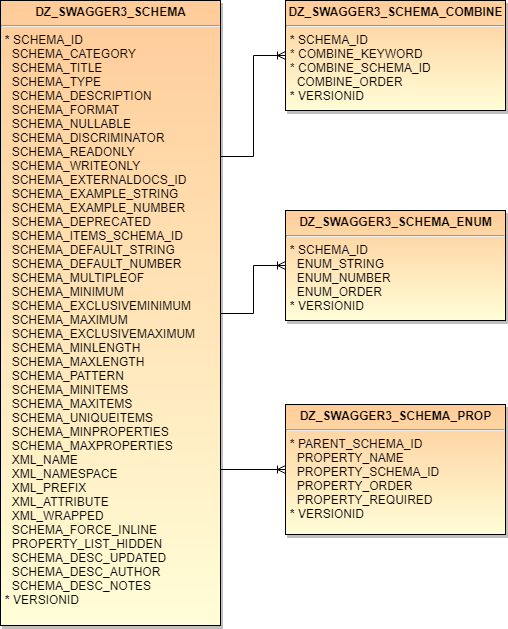
Before: Doc/ERD3.png, a diagram exported from draw.io (pauldzy/DZ_SWAGGER3). Source tidied: cells renumbered, new cells last; positions are measured from the earlier drawing's top-left corner, leaving out a move shared by most shapes.
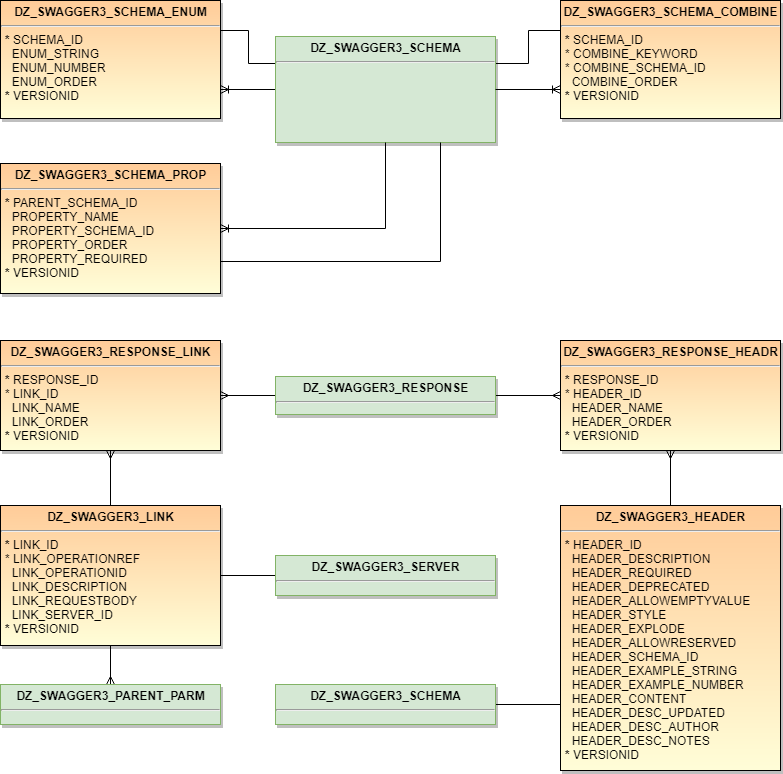
Above is the later version.

What changed in the source:
```diff
@@ -2,26 +2,80 @@
   <root>
     <mxCell id="0" />
     <mxCell id="1" parent="0" />
-    <mxCell id="2" style="edgeStyle=orthogonalEdgeStyle;rounded=0;html=1;exitX=1;exitY=0.5;startArrow=none;startFill=0;endArrow=ERoneToMany;endFill=0;jettySize=auto;" parent="1" edge="1" source="3" target="6">
+    <mxCell id="2" style="edgeStyle=orthogonalEdgeStyle;rounded=0;html=1;exitX=0;exitY=0.5;startArrow=none;startFill=0;endArrow=ERoneToMany;endFill=0;jettySize=auto;exitDx=0;exitDy=0;entryX=1;entryY=0.75;entryDx=0;entryDy=0;" parent="1" edge="1" source="3" target="6">
       <mxGeometry relative="1" as="geometry" />
     </mxCell>
+    <mxCell id="9" style="edgeStyle=orthogonalEdgeStyle;rounded=0;jettySize=auto;html=1;exitX=1;exitY=0.25;exitDx=0;exitDy=0;entryX=0;entryY=0.25;entryDx=0;entryDy=0;endArrow=none;endFill=0;" parent="1" edge="1" source="3" target="5">
+      <mxGeometry relative="1" as="geometry" />
+    </mxCell>
+    <mxCell id="10" style="edgeStyle=orthogonalEdgeStyle;rounded=0;jettySize=auto;html=1;exitX=0;exitY=0.25;exitDx=0;exitDy=0;entryX=1;entryY=0.25;entryDx=0;entryDy=0;endArrow=none;endFill=0;" parent="1" edge="1" source="3" target="6">
+      <mxGeometry relative="1" as="geometry" />
+    </mxCell>
-    <mxCell id="3" value="&lt;p style=&quot;margin: 0px ; margin-top: 4px ; text-align: center&quot;&gt;&lt;strong&gt;DZ_SWAGGER3_SCHEMA&lt;/strong&gt;&lt;/p&gt;&lt;hr&gt;&lt;p style=&quot;margin: 0px ; margin-left: 4px&quot;&gt;&lt;b&gt;*&lt;/b&gt;&amp;nbsp;&lt;span&gt;SCHEMA_ID&lt;/span&gt;&lt;/p&gt;&lt;p style=&quot;margin: 0px ; margin-left: 4px&quot;&gt;&lt;span&gt;&amp;nbsp; SCHEMA_CATEGORY&lt;/span&gt;&lt;/p&gt;&lt;p style=&quot;margin: 0px ; margin-left: 4px&quot;&gt;&lt;span&gt;&amp;nbsp; SCHEMA_TITLE&lt;/span&gt;&lt;/p&gt;&lt;p style=&quot;margin: 0px ; margin-left: 4px&quot;&gt;&lt;span&gt;&amp;nbsp; SCHEMA_TYPE&lt;/span&gt;&lt;/p&gt;&lt;p style=&quot;margin: 0px ; margin-left: 4px&quot;&gt;&lt;span&gt;&amp;nbsp; SCHEMA_DESCRIPTION&lt;/span&gt;&lt;/p&gt;&lt;p style=&quot;margin: 0px ; margin-left: 4px&quot;&gt;&lt;span&gt;&amp;nbsp; SCHEMA_FORMAT&lt;/span&gt;&lt;/p&gt;&lt;p style=&quot;margin: 0px ; margin-left: 4px&quot;&gt;&lt;span&gt;&amp;nbsp; SCHEMA_NULLABLE&lt;/span&gt;&lt;/p&gt;&lt;p style=&quot;margin: 0px ; margin-left: 4px&quot;&gt;&lt;span&gt;&amp;nbsp; SCHEMA_DISCRIMINATOR&lt;/span&gt;&lt;/p&gt;&lt;p style=&quot;margin: 0px ; margin-left: 4px&quot;&gt;&lt;span&gt;&amp;nbsp; SCHEMA_READONLY&lt;/span&gt;&lt;/p&gt;&lt;p style=&quot;margin: 0px ; margin-left: 4px&quot;&gt;&lt;span&gt;&amp;nbsp; SCHEMA_WRITEONLY&lt;/span&gt;&lt;/p&gt;&lt;p style=&quot;margin: 0px ; margin-left: 4px&quot;&gt;&lt;span&gt;&amp;nbsp; SCHEMA_EXTERNALDOCS_ID&lt;/span&gt;&lt;/p&gt;&lt;p style=&quot;margin: 0px ; margin-left: 4px&quot;&gt;&lt;span&gt;&amp;nbsp; SCHEMA_EXAMPLE_STRING&lt;/span&gt;&lt;/p&gt;&lt;p style=&quot;margin: 0px ; margin-left: 4px&quot;&gt;&lt;span&gt;&amp;nbsp; SCHEMA_EXAMPLE_NUMBER&lt;/span&gt;&lt;/p&gt;&lt;p style=&quot;margin: 0px ; margin-left: 4px&quot;&gt;&lt;span&gt;&amp;nbsp; SCHEMA_DEPRECATED&lt;/span&gt;&lt;/p&gt;&lt;p style=&quot;margin: 0px ; margin-left: 4px&quot;&gt;&lt;span&gt;&amp;nbsp; SCHEMA_ITEMS_SCHEMA_ID&lt;/span&gt;&lt;/p&gt;&lt;p style=&quot;margin: 0px ; margin-left: 4px&quot;&gt;&lt;span&gt;&amp;nbsp; SCHEMA_DEFAULT_STRING&lt;/span&gt;&lt;/p&gt;&lt;p style=&quot;margin: 0px ; margin-left: 4px&quot;&gt;&lt;span&gt;&amp;nbsp; SCHEMA_DEFAULT_NUMBER&lt;/span&gt;&lt;/p&gt;&lt;p style=&quot;margin: 0px ; margin-left: 4px&quot;&gt;&lt;span&gt;&amp;nbsp; SCHEMA_MULTIPLEOF&lt;/span&gt;&lt;/p&gt;&lt;p style=&quot;margin: 0px ; margin-left: 4px&quot;&gt;&lt;span&gt;&amp;nbsp; SCHEMA_MINIMUM&lt;/span&gt;&lt;/p&gt;&lt;p style=&quot;margin: 0px ; margin-left: 4px&quot;&gt;&lt;span&gt;&amp;nbsp; SCHEMA_EXCLUSIVEMINIMUM&lt;/span&gt;&lt;/p&gt;&lt;p style=&quot;margin: 0px ; margin-left: 4px&quot;&gt;&lt;span&gt;&amp;nbsp; SCHEMA_MAXIMUM&lt;/span&gt;&lt;/p&gt;&lt;p style=&quot;margin: 0px ; margin-left: 4px&quot;&gt;&lt;span&gt;&amp;nbsp; SCHEMA_EXCLUSIVEMAXIMUM&lt;/span&gt;&lt;/p&gt;&lt;p style=&quot;margin: 0px ; margin-left: 4px&quot;&gt;&lt;span&gt;&amp;nbsp; SCHEMA_MINLENGTH&lt;/span&gt;&lt;/p&gt;&lt;p style=&quot;margin: 0px ; margin-left: 4px&quot;&gt;&lt;span&gt;&amp;nbsp; SCHEMA_MAXLENGTH&lt;/span&gt;&lt;/p&gt;&lt;p style=&quot;margin: 0px ; margin-left: 4px&quot;&gt;&lt;span&gt;&amp;nbsp; SCHEMA_PATTERN&lt;/span&gt;&lt;/p&gt;&lt;p style=&quot;margin: 0px ; margin-left: 4px&quot;&gt;&lt;span&gt;&amp;nbsp; SCHEMA_MINITEMS&lt;/span&gt;&lt;/p&gt;&lt;p style=&quot;margin: 0px ; margin-left: 4px&quot;&gt;&lt;span&gt;&amp;nbsp; SCHEMA_MAXITEMS&lt;/span&gt;&lt;/p&gt;&lt;p style=&quot;margin: 0px ; margin-left: 4px&quot;&gt;&lt;span&gt;&amp;nbsp; SCHEMA_UNIQUEITEMS&lt;/span&gt;&lt;/p&gt;&lt;p style=&quot;margin: 0px ; margin-left: 4px&quot;&gt;&lt;span&gt;&amp;nbsp; SCHEMA_MINPROPERTIES&lt;/span&gt;&lt;/p&gt;&lt;p style=&quot;margin: 0px ; margin-left: 4px&quot;&gt;&lt;span&gt;&amp;nbsp; SCHEMA_MAXPROPERTIES&lt;/span&gt;&lt;/p&gt;&lt;p style=&quot;margin: 0px ; margin-left: 4px&quot;&gt;&lt;span&gt;&amp;nbsp; XML_NAME&lt;/span&gt;&lt;/p&gt;&lt;p style=&quot;margin: 0px ; margin-left: 4px&quot;&gt;&lt;span&gt;&amp;nbsp; XML_NAMESPACE&lt;/span&gt;&lt;/p&gt;&lt;p style=&quot;margin: 0px ; margin-left: 4px&quot;&gt;&lt;span&gt;&amp;nbsp; XML_PREFIX&lt;/span&gt;&lt;/p&gt;&lt;p style=&quot;margin: 0px ; margin-left: 4px&quot;&gt;&lt;span&gt;&amp;nbsp; XML_ATTRIBUTE&lt;/span&gt;&lt;/p&gt;&lt;p style=&quot;margin: 0px ; margin-left: 4px&quot;&gt;&lt;span&gt;&amp;nbsp; XML_WRAPPED&lt;/span&gt;&lt;/p&gt;&lt;p style=&quot;margin: 0px ; margin-left: 4px&quot;&gt;&lt;span&gt;&amp;nbsp; SCHEMA_FORCE_INLINE&lt;/span&gt;&lt;/p&gt;&lt;p style=&quot;margin: 0px ; margin-left: 4px&quot;&gt;&lt;span&gt;&amp;nbsp; PROPERTY_LIST_HIDDEN&lt;/span&gt;&lt;/p&gt;&lt;p style=&quot;margin: 0px ; margin-left: 4px&quot;&gt;&lt;span&gt;&amp;nbsp; SCHEMA_DESC_UPDATED&lt;/span&gt;&lt;/p&gt;&lt;p style=&quot;margin: 0px ; margin-left: 4px&quot;&gt;&lt;span&gt;&amp;nbsp; SCHEMA_DESC_AUTHOR&lt;/span&gt;&lt;/p&gt;&lt;p style=&quot;margin: 0px ; margin-left: 4px&quot;&gt;&lt;span&gt;&amp;nbsp; SCHEMA_DESC_NOTES&lt;/span&gt;&lt;/p&gt;&lt;p style=&quot;margin: 0px ; margin-left: 4px&quot;&gt;&lt;b&gt;*&lt;/b&gt;&lt;span&gt; VERSIONID&lt;/span&gt;&lt;/p&gt;" style="shadow=1;fillColor=#FFCC99;gradientColor=#FFFED8;verticalAlign=top;align=left;overflow=fill;fontSize=12;fontFamily=Helvetica;html=1;" parent="1" vertex="1">
-      <mxGeometry width="220" height="625" as="geometry" />
+    <mxCell id="3" value="&lt;p style=&quot;margin: 0px ; margin-top: 4px ; text-align: center&quot;&gt;&lt;strong&gt;DZ_SWAGGER3_SCHEMA&lt;/strong&gt;&lt;/p&gt;&lt;hr&gt;&lt;p style=&quot;margin: 0px ; margin-left: 4px&quot;&gt;&lt;br&gt;&lt;/p&gt;" style="shadow=1;fillColor=#d5e8d4;verticalAlign=top;align=left;overflow=fill;fontSize=12;fontFamily=Helvetica;html=1;strokeColor=#82b366;" parent="1" vertex="1">
+      <mxGeometry x="-10" y="-294" width="220" height="106" as="geometry" />
     </mxCell>
-    <mxCell id="4" style="edgeStyle=orthogonalEdgeStyle;rounded=0;html=1;exitX=0;exitY=0.5;entryX=1;entryY=0.25;jettySize=auto;endArrow=none;endFill=0;startArrow=ERoneToMany;startFill=0;" parent="1" edge="1" source="5" target="3">
+    <mxCell id="4" style="edgeStyle=orthogonalEdgeStyle;rounded=0;html=1;exitX=0;exitY=0.75;entryX=1;entryY=0.5;jettySize=auto;endArrow=none;endFill=0;startArrow=ERoneToMany;startFill=0;entryDx=0;entryDy=0;exitDx=0;exitDy=0;" parent="1" edge="1" source="5" target="3">
       <mxGeometry relative="1" as="geometry" />
     </mxCell>
     <mxCell id="5" value="&lt;p style=&quot;margin: 0px ; margin-top: 4px ; text-align: center&quot;&gt;&lt;strong&gt;DZ_SWAGGER3_SCHEMA_COMBINE&lt;/strong&gt;&lt;/p&gt;&lt;hr&gt;&lt;p style=&quot;margin: 0px ; margin-left: 4px&quot;&gt;&lt;b&gt;*&lt;/b&gt;&amp;nbsp;SCHEMA_ID&lt;/p&gt;&lt;p style=&quot;margin: 0px ; margin-left: 4px&quot;&gt;* COMBINE_KEYWORD&lt;/p&gt;&lt;p style=&quot;margin: 0px ; margin-left: 4px&quot;&gt;* COMBINE_SCHEMA_ID&lt;/p&gt;&lt;p style=&quot;margin: 0px ; margin-left: 4px&quot;&gt;&amp;nbsp; COMBINE_ORDER&lt;/p&gt;&lt;p style=&quot;margin: 0px ; margin-left: 4px&quot;&gt;&lt;b&gt;*&lt;/b&gt;&lt;span&gt; VERSIONID&lt;/span&gt;&lt;/p&gt;" style="shadow=1;fillColor=#FFCC99;gradientColor=#FFFED8;verticalAlign=top;align=left;overflow=fill;fontSize=12;fontFamily=Helvetica;html=1;" parent="1" vertex="1">
-      <mxGeometry x="285" width="220" height="110" as="geometry" />
+      <mxGeometry x="275" y="-330" width="220" height="118" as="geometry" />
     </mxCell>
     <mxCell id="6" value="&lt;p style=&quot;margin: 0px ; margin-top: 4px ; text-align: center&quot;&gt;&lt;strong&gt;DZ_SWAGGER3_SCHEMA_ENUM&lt;/strong&gt;&lt;/p&gt;&lt;hr&gt;&lt;p style=&quot;margin: 0px ; margin-left: 4px&quot;&gt;&lt;b&gt;*&lt;/b&gt;&amp;nbsp;SCHEMA_ID&lt;/p&gt;&lt;p style=&quot;margin: 0px ; margin-left: 4px&quot;&gt;&amp;nbsp; ENUM_STRING&lt;/p&gt;&lt;p style=&quot;margin: 0px ; margin-left: 4px&quot;&gt;&amp;nbsp; ENUM_NUMBER&lt;/p&gt;&lt;p style=&quot;margin: 0px ; margin-left: 4px&quot;&gt;&amp;nbsp; ENUM_ORDER&lt;/p&gt;&lt;p style=&quot;margin: 0px ; margin-left: 4px&quot;&gt;&lt;b&gt;*&lt;/b&gt;&lt;span&gt; VERSIONID&lt;/span&gt;&lt;/p&gt;" style="shadow=1;fillColor=#FFCC99;gradientColor=#FFFED8;verticalAlign=top;align=left;overflow=fill;fontSize=12;fontFamily=Helvetica;html=1;" parent="1" vertex="1">
-      <mxGeometry x="285" y="210" width="220" height="110" as="geometry" />
+      <mxGeometry x="-285" y="-330" width="220" height="118" as="geometry" />
     </mxCell>
-    <mxCell id="7" style="edgeStyle=orthogonalEdgeStyle;rounded=0;html=1;exitX=0;exitY=0.5;entryX=1;entryY=0.75;startArrow=ERoneToMany;startFill=0;endArrow=none;endFill=0;jettySize=auto;" parent="1" edge="1" source="8" target="3">
+    <mxCell id="7" style="edgeStyle=orthogonalEdgeStyle;rounded=0;html=1;exitX=1;exitY=0.5;entryX=0.5;entryY=1;startArrow=ERoneToMany;startFill=0;endArrow=none;endFill=0;jettySize=auto;entryDx=0;entryDy=0;exitDx=0;exitDy=0;" parent="1" edge="1" source="8" target="3">
       <mxGeometry relative="1" as="geometry" />
     </mxCell>
+    <mxCell id="11" style="edgeStyle=orthogonalEdgeStyle;rounded=0;jettySize=auto;html=1;exitX=1;exitY=0.75;exitDx=0;exitDy=0;entryX=0.75;entryY=1;entryDx=0;entryDy=0;endArrow=none;endFill=0;" parent="1" edge="1" source="8" target="3">
+      <mxGeometry relative="1" as="geometry" />
+    </mxCell>
     <mxCell id="8" value="&lt;p style=&quot;margin: 0px ; margin-top: 4px ; text-align: center&quot;&gt;&lt;strong&gt;DZ_SWAGGER3_SCHEMA_PROP&lt;/strong&gt;&lt;/p&gt;&lt;hr&gt;&lt;p style=&quot;margin: 0px ; margin-left: 4px&quot;&gt;&lt;b&gt;*&lt;/b&gt;&amp;nbsp;PARENT_SCHEMA_ID&lt;/p&gt;&lt;p style=&quot;margin: 0px ; margin-left: 4px&quot;&gt;&amp;nbsp; PROPERTY_NAME&lt;/p&gt;&lt;p style=&quot;margin: 0px ; margin-left: 4px&quot;&gt;&amp;nbsp; PROPERTY_SCHEMA_ID&lt;/p&gt;&lt;p style=&quot;margin: 0px ; margin-left: 4px&quot;&gt;&amp;nbsp; PROPERTY_ORDER&lt;/p&gt;&lt;p style=&quot;margin: 0px ; margin-left: 4px&quot;&gt;&amp;nbsp; PROPERTY_REQUIRED&lt;/p&gt;&lt;p style=&quot;margin: 0px ; margin-left: 4px&quot;&gt;&lt;b&gt;*&lt;/b&gt;&lt;span&gt; VERSIONID&lt;/span&gt;&lt;/p&gt;" style="shadow=1;fillColor=#FFCC99;gradientColor=#FFFED8;verticalAlign=top;align=left;overflow=fill;fontSize=12;fontFamily=Helvetica;html=1;" parent="1" vertex="1">
-      <mxGeometry x="285" y="404" width="220" height="130" as="geometry" />
+      <mxGeometry x="-285" y="-167" width="220" height="130" as="geometry" />
     </mxCell>
+    <mxCell id="12" value="&lt;p style=&quot;margin: 0px ; margin-top: 4px ; text-align: center&quot;&gt;&lt;strong&gt;DZ_SWAGGER3_RESPONSE_LINK&lt;/strong&gt;&lt;/p&gt;&lt;hr&gt;&lt;p style=&quot;margin: 0px ; margin-left: 4px&quot;&gt;&lt;b&gt;*&lt;/b&gt;&amp;nbsp;RESPONSE_ID&lt;/p&gt;&lt;p style=&quot;margin: 0px ; margin-left: 4px&quot;&gt;* LINK_ID&lt;/p&gt;&lt;p style=&quot;margin: 0px ; margin-left: 4px&quot;&gt;&amp;nbsp; LINK_NAME&lt;/p&gt;&lt;p style=&quot;margin: 0px ; margin-left: 4px&quot;&gt;&amp;nbsp; LINK_ORDER&lt;/p&gt;&lt;p style=&quot;margin: 0px ; margin-left: 4px&quot;&gt;&lt;b&gt;*&lt;/b&gt;&lt;span&gt; VERSIONID&lt;/span&gt;&lt;/p&gt;" style="shadow=1;fillColor=#FFCC99;gradientColor=#FFFED8;verticalAlign=top;align=left;overflow=fill;fontSize=12;fontFamily=Helvetica;html=1;" parent="1" vertex="1">
+      <mxGeometry x="-285" y="10" width="220" height="110" as="geometry" />
+    </mxCell>
+    <mxCell id="13" style="edgeStyle=orthogonalEdgeStyle;rounded=0;jettySize=auto;html=1;exitX=0;exitY=0.5;exitDx=0;exitDy=0;entryX=1;entryY=0.5;entryDx=0;entryDy=0;endArrow=ERmany;endFill=0;" parent="1" edge="1" source="15" target="12">
+      <mxGeometry relative="1" as="geometry" />
+    </mxCell>
+    <mxCell id="14" style="edgeStyle=orthogonalEdgeStyle;rounded=0;jettySize=auto;html=1;exitX=1;exitY=0.5;exitDx=0;exitDy=0;entryX=0;entryY=0.5;entryDx=0;entryDy=0;endArrow=ERmany;endFill=0;" parent="1" edge="1" source="15" target="22">
+      <mxGeometry relative="1" as="geometry" />
+    </mxCell>
+    <mxCell id="15" value="&lt;p style=&quot;margin: 0px ; margin-top: 4px ; text-align: center&quot;&gt;&lt;strong&gt;DZ_SWAGGER3_RESPONSE&lt;/strong&gt;&lt;/p&gt;&lt;hr&gt;&lt;p style=&quot;margin: 0px ; margin-left: 4px&quot;&gt;&lt;br&gt;&lt;/p&gt;" style="shadow=1;fillColor=#d5e8d4;verticalAlign=top;align=left;overflow=fill;fontSize=12;fontFamily=Helvetica;html=1;strokeColor=#82b366;" parent="1" vertex="1">
+      <mxGeometry x="-10" y="46" width="220" height="38" as="geometry" />
+    </mxCell>
+    <mxCell id="16" style="edgeStyle=orthogonalEdgeStyle;rounded=0;jettySize=auto;html=1;exitX=0.5;exitY=0;exitDx=0;exitDy=0;endArrow=ERmany;endFill=0;entryX=0.5;entryY=1;entryDx=0;entryDy=0;" parent="1" edge="1" source="19" target="12">
+      <mxGeometry relative="1" as="geometry" />
+    </mxCell>
+    <mxCell id="17" style="edgeStyle=orthogonalEdgeStyle;rounded=0;jettySize=auto;html=1;exitX=0.5;exitY=1;exitDx=0;exitDy=0;entryX=0.5;entryY=0;entryDx=0;entryDy=0;endArrow=ERmany;endFill=0;" parent="1" edge="1" source="19" target="20">
+      <mxGeometry relative="1" as="geometry" />
+    </mxCell>
+    <mxCell id="18" style="edgeStyle=orthogonalEdgeStyle;rounded=0;jettySize=auto;html=1;exitX=1;exitY=0.5;exitDx=0;exitDy=0;entryX=0;entryY=0.5;entryDx=0;entryDy=0;endArrow=none;endFill=0;" parent="1" edge="1" source="19" target="21">
+      <mxGeometry relative="1" as="geometry" />
+    </mxCell>
+    <mxCell id="19" value="&lt;p style=&quot;margin: 0px ; margin-top: 4px ; text-align: center&quot;&gt;&lt;strong&gt;DZ_SWAGGER3_LINK&lt;/strong&gt;&lt;/p&gt;&lt;hr&gt;&lt;p style=&quot;margin: 0px ; margin-left: 4px&quot;&gt;&lt;b&gt;*&lt;/b&gt;&amp;nbsp;LINK_ID&lt;/p&gt;&lt;p style=&quot;margin: 0px ; margin-left: 4px&quot;&gt;* LINK_OPERATIONREF&lt;/p&gt;&lt;p style=&quot;margin: 0px ; margin-left: 4px&quot;&gt;&amp;nbsp; LINK_OPERATIONID&lt;/p&gt;&lt;p style=&quot;margin: 0px ; margin-left: 4px&quot;&gt;&amp;nbsp; LINK_DESCRIPTION&lt;/p&gt;&lt;p style=&quot;margin: 0px ; margin-left: 4px&quot;&gt;&amp;nbsp; LINK_REQUESTBODY&lt;/p&gt;&lt;p style=&quot;margin: 0px ; margin-left: 4px&quot;&gt;&amp;nbsp; LINK_SERVER_ID&lt;/p&gt;&lt;p style=&quot;margin: 0px ; margin-left: 4px&quot;&gt;&lt;b&gt;*&lt;/b&gt;&lt;span&gt; VERSIONID&lt;/span&gt;&lt;/p&gt;" style="shadow=1;fillColor=#FFCC99;gradientColor=#FFFED8;verticalAlign=top;align=left;overflow=fill;fontSize=12;fontFamily=Helvetica;html=1;" parent="1" vertex="1">
+      <mxGeometry x="-285" y="175" width="220" height="140" as="geometry" />
+    </mxCell>
+    <mxCell id="20" value="&lt;p style=&quot;margin: 0px ; margin-top: 4px ; text-align: center&quot;&gt;&lt;strong&gt;DZ_SWAGGER3_PARENT_PARM&lt;/strong&gt;&lt;/p&gt;&lt;hr&gt;&lt;p style=&quot;margin: 0px ; margin-left: 4px&quot;&gt;&lt;br&gt;&lt;/p&gt;" style="shadow=1;fillColor=#d5e8d4;verticalAlign=top;align=left;overflow=fill;fontSize=12;fontFamily=Helvetica;html=1;strokeColor=#82b366;" parent="1" vertex="1">
+      <mxGeometry x="-285" y="354" width="220" height="40" as="geometry" />
+    </mxCell>
+    <mxCell id="21" value="&lt;p style=&quot;margin: 0px ; margin-top: 4px ; text-align: center&quot;&gt;&lt;strong&gt;DZ_SWAGGER3_SERVER&lt;/strong&gt;&lt;/p&gt;&lt;hr&gt;&lt;p style=&quot;margin: 0px ; margin-left: 4px&quot;&gt;&lt;br&gt;&lt;/p&gt;" style="shadow=1;fillColor=#d5e8d4;verticalAlign=top;align=left;overflow=fill;fontSize=12;fontFamily=Helvetica;html=1;strokeColor=#82b366;" parent="1" vertex="1">
+      <mxGeometry x="-10" y="225" width="220" height="40" as="geometry" />
+    </mxCell>
+    <mxCell id="22" value="&lt;p style=&quot;margin: 0px ; margin-top: 4px ; text-align: center&quot;&gt;&lt;strong&gt;DZ_SWAGGER3_RESPONSE_HEADR&lt;/strong&gt;&lt;/p&gt;&lt;hr&gt;&lt;p style=&quot;margin: 0px ; margin-left: 4px&quot;&gt;&lt;b&gt;*&lt;/b&gt;&amp;nbsp;RESPONSE_ID&lt;/p&gt;&lt;p style=&quot;margin: 0px ; margin-left: 4px&quot;&gt;* HEADER_ID&lt;/p&gt;&lt;p style=&quot;margin: 0px ; margin-left: 4px&quot;&gt;&amp;nbsp; HEADER_NAME&lt;/p&gt;&lt;p style=&quot;margin: 0px ; margin-left: 4px&quot;&gt;&amp;nbsp; HEADER_ORDER&lt;/p&gt;&lt;p style=&quot;margin: 0px ; margin-left: 4px&quot;&gt;&lt;b&gt;*&lt;/b&gt;&lt;span&gt; VERSIONID&lt;/span&gt;&lt;/p&gt;" style="shadow=1;fillColor=#FFCC99;gradientColor=#FFFED8;verticalAlign=top;align=left;overflow=fill;fontSize=12;fontFamily=Helvetica;html=1;" parent="1" vertex="1">
+      <mxGeometry x="275" y="10" width="220" height="110" as="geometry" />
+    </mxCell>
+    <mxCell id="23" style="edgeStyle=orthogonalEdgeStyle;rounded=0;jettySize=auto;html=1;exitX=0.5;exitY=0;exitDx=0;exitDy=0;entryX=0.5;entryY=1;entryDx=0;entryDy=0;endArrow=ERmany;endFill=0;" parent="1" edge="1" source="25" target="22">
+      <mxGeometry relative="1" as="geometry" />
+    </mxCell>
+    <mxCell id="24" style="edgeStyle=orthogonalEdgeStyle;rounded=0;jettySize=auto;html=1;exitX=0;exitY=0.75;exitDx=0;exitDy=0;entryX=1;entryY=0.5;entryDx=0;entryDy=0;endArrow=none;endFill=0;" parent="1" edge="1" source="25" target="26">
+      <mxGeometry relative="1" as="geometry" />
+    </mxCell>
+    <mxCell id="25" value="&lt;p style=&quot;margin: 0px ; margin-top: 4px ; text-align: center&quot;&gt;&lt;strong&gt;DZ_SWAGGER3_HEADER&lt;/strong&gt;&lt;/p&gt;&lt;hr&gt;&lt;p style=&quot;margin: 0px ; margin-left: 4px&quot;&gt;&lt;b&gt;*&lt;/b&gt;&amp;nbsp;HEADER_ID&lt;/p&gt;&lt;p style=&quot;margin: 0px ; margin-left: 4px&quot;&gt;&amp;nbsp; HEADER_DESCRIPTION&lt;/p&gt;&lt;p style=&quot;margin: 0px ; margin-left: 4px&quot;&gt;&amp;nbsp; HEADER_REQUIRED&lt;/p&gt;&lt;p style=&quot;margin: 0px ; margin-left: 4px&quot;&gt;&amp;nbsp; HEADER_DEPRECATED&lt;/p&gt;&lt;p style=&quot;margin: 0px ; margin-left: 4px&quot;&gt;&amp;nbsp; HEADER_ALLOWEMPTYVALUE&lt;/p&gt;&lt;p style=&quot;margin: 0px ; margin-left: 4px&quot;&gt;&amp;nbsp; HEADER_STYLE&lt;/p&gt;&lt;p style=&quot;margin: 0px ; margin-left: 4px&quot;&gt;&amp;nbsp; HEADER_EXPLODE&lt;/p&gt;&lt;p style=&quot;margin: 0px ; margin-left: 4px&quot;&gt;&amp;nbsp; HEADER_ALLOWRESERVED&lt;/p&gt;&lt;p style=&quot;margin: 0px ; margin-left: 4px&quot;&gt;&amp;nbsp; HEADER_SCHEMA_ID&lt;/p&gt;&lt;p style=&quot;margin: 0px ; margin-left: 4px&quot;&gt;&amp;nbsp; HEADER_EXAMPLE_STRING&lt;/p&gt;&lt;p style=&quot;margin: 0px ; margin-left: 4px&quot;&gt;&amp;nbsp; HEADER_EXAMPLE_NUMBER&lt;/p&gt;&lt;p style=&quot;margin: 0px ; margin-left: 4px&quot;&gt;&amp;nbsp; HEADER_CONTENT&lt;/p&gt;&lt;p style=&quot;margin: 0px ; margin-left: 4px&quot;&gt;&amp;nbsp; HEADER_DESC_UPDATED&lt;/p&gt;&lt;p style=&quot;margin: 0px ; margin-left: 4px&quot;&gt;&amp;nbsp; HEADER_DESC_AUTHOR&lt;/p&gt;&lt;p style=&quot;margin: 0px ; margin-left: 4px&quot;&gt;&amp;nbsp; HEADER_DESC_NOTES&lt;/p&gt;&lt;p style=&quot;margin: 0px ; margin-left: 4px&quot;&gt;&lt;b&gt;*&lt;/b&gt;&lt;span&gt; VERSIONID&lt;/span&gt;&lt;/p&gt;" style="shadow=1;fillColor=#FFCC99;gradientColor=#FFFED8;verticalAlign=top;align=left;overflow=fill;fontSize=12;fontFamily=Helvetica;html=1;" parent="1" vertex="1">
+      <mxGeometry x="275" y="175" width="220" height="265" as="geometry" />
+    </mxCell>
+    <mxCell id="26" value="&lt;p style=&quot;margin: 0px ; margin-top: 4px ; text-align: center&quot;&gt;&lt;strong&gt;DZ_SWAGGER3_SCHEMA&lt;/strong&gt;&lt;/p&gt;&lt;hr&gt;&lt;p style=&quot;margin: 0px ; margin-left: 4px&quot;&gt;&lt;br&gt;&lt;/p&gt;" style="shadow=1;fillColor=#d5e8d4;verticalAlign=top;align=left;overflow=fill;fontSize=12;fontFamily=Helvetica;html=1;strokeColor=#82b366;" parent="1" vertex="1">
+      <mxGeometry x="-10" y="354" width="220" height="40" as="geometry" />
+    </mxCell>
   </root>
 </mxGraphModel>
```
